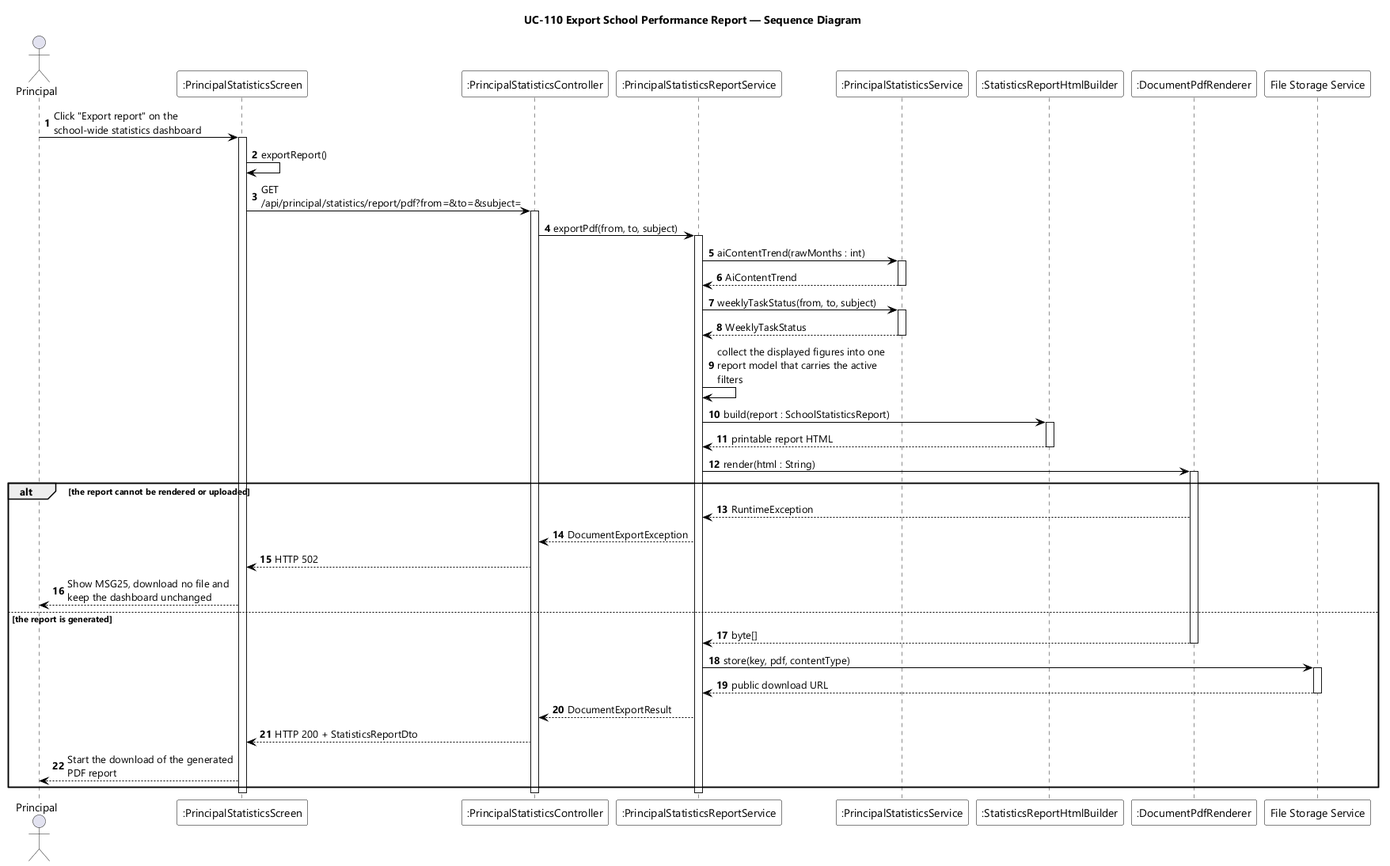
Earlier version of the PlantUML export designs/sds-diagrams/uc110/uc110-sequence-diagram.png (EduA-system/EduA-system). The source it was exported from:
```plantuml
@startuml UC-110 Export School Performance Report - Sequence Diagram
skinparamlocked dpi 96
skinparam defaultFontName "Segoe UI"
skinparam shadowing false
skinparam ParticipantBackgroundColor #FFFFFF
skinparam ParticipantBorderColor #000000
skinparam DatabaseBackgroundColor #FFFFFF
skinparam DatabaseBorderColor #000000
skinparam ArrowColor #000000
skinparam sequenceMessageAlign left
skinparam maxMessageSize 220
title UC-110 Export School Performance Report — Sequence Diagram

actor Principal
participant ":PrincipalStatisticsScreen" as UI
participant ":PrincipalStatisticsController" as CTL
participant ":PrincipalStatisticsReportService" as RSVC
participant ":PrincipalStatisticsService" as SVC
participant ":StatisticsReportHtmlBuilder" as HTMLB
participant ":DocumentPdfRenderer" as PDF
participant "File Storage Service" as STORE

autonumber
Principal -> UI : Click "Export report" on the school-wide statistics dashboard
activate UI
UI -> UI : exportReport()
UI -> CTL : GET /api/principal/statistics/report/pdf?from=&to=&subject=
activate CTL
CTL -> RSVC : exportPdf(from, to, subject)
activate RSVC
RSVC -> SVC : aiContentTrend(rawMonths : int)
activate SVC
SVC --> RSVC : AiContentTrend
deactivate SVC
RSVC -> SVC : weeklyTaskStatus(from, to, subject)
activate SVC
SVC --> RSVC : WeeklyTaskStatus
deactivate SVC
RSVC -> RSVC : collect the displayed figures into one report model that carries the active filters
RSVC -> HTMLB : build(report : SchoolStatisticsReport)
activate HTMLB
HTMLB --> RSVC : printable report HTML
deactivate HTMLB
RSVC -> PDF : render(html : String)
activate PDF

alt the report cannot be rendered or uploaded
  PDF --> RSVC : RuntimeException
  RSVC --> CTL : DocumentExportException
  CTL --> UI : HTTP 502
  UI --> Principal : Show MSG25, download no file and keep the dashboard unchanged
else the report is generated
  PDF --> RSVC : byte[]
  deactivate PDF
  RSVC -> STORE : store(key, pdf, contentType)
  activate STORE
  STORE --> RSVC : public download URL
  deactivate STORE
  RSVC --> CTL : DocumentExportResult
  CTL --> UI : HTTP 200 + StatisticsReportDto
  UI --> Principal : Start the download of the generated PDF report
end
deactivate RSVC
deactivate CTL
deactivate UI
@enduml
```
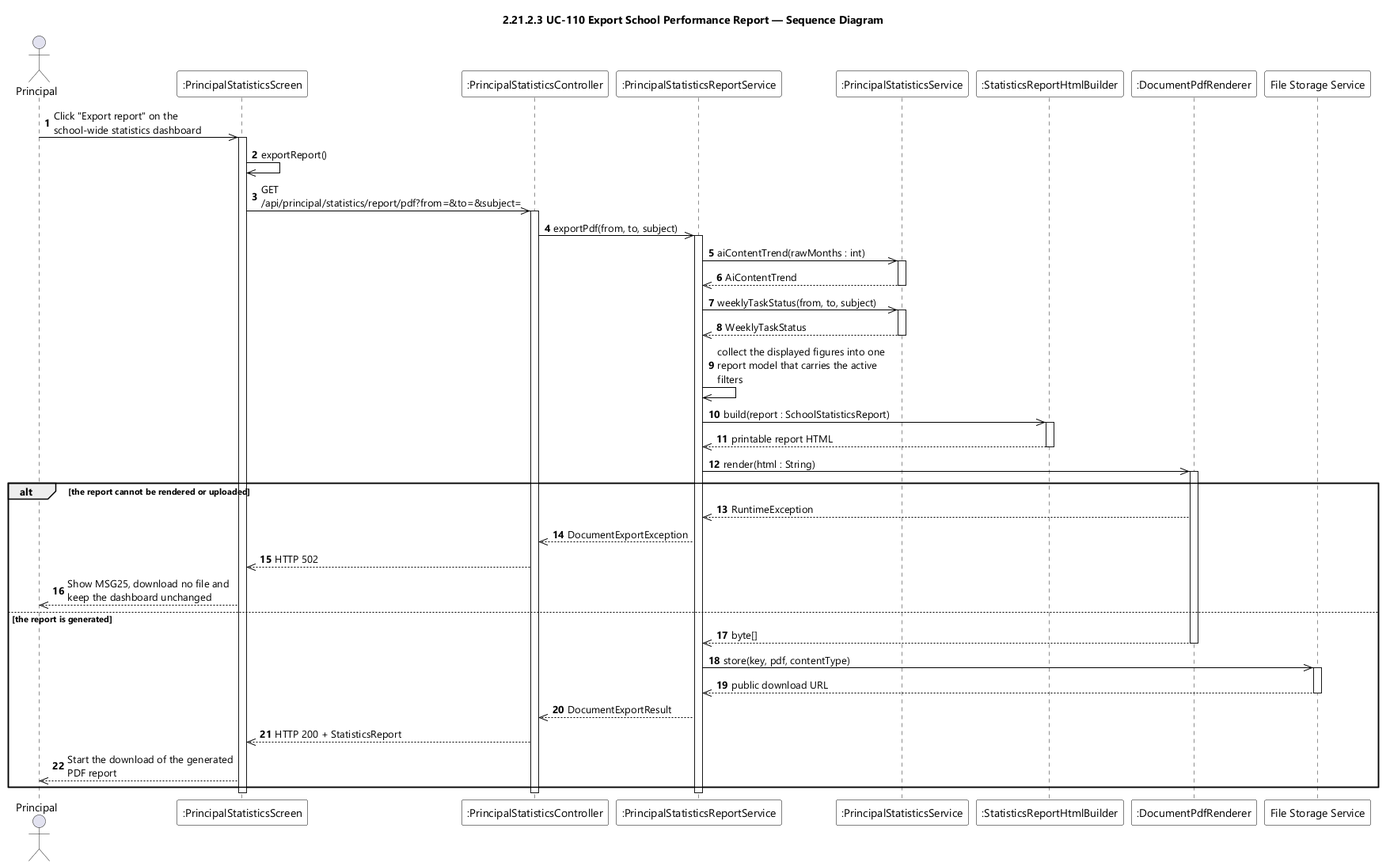
Later version of the same file.

Diff of the diagram source:
```diff
@@ -9,7 +9,7 @@
 skinparam ArrowColor #000000
 skinparam sequenceMessageAlign left
 skinparam maxMessageSize 220
-title UC-110 Export School Performance Report — Sequence Diagram
+title 2.21.2.3 UC-110 Export School Performance Report — Sequence Diagram
 
 actor Principal
 participant ":PrincipalStatisticsScreen" as UI
@@ -21,44 +21,44 @@
 participant "File Storage Service" as STORE
 
 autonumber
-Principal -> UI : Click "Export report" on the school-wide statistics dashboard
+Principal ->> UI : Click "Export report" on the school-wide statistics dashboard
 activate UI
-UI -> UI : exportReport()
-UI -> CTL : GET /api/principal/statistics/report/pdf?from=&to=&subject=
+UI ->> UI : exportReport()
+UI ->> CTL : GET /api/principal/statistics/report/pdf?from=&to=&subject=
 activate CTL
-CTL -> RSVC : exportPdf(from, to, subject)
+CTL ->> RSVC : exportPdf(from, to, subject)
 activate RSVC
-RSVC -> SVC : aiContentTrend(rawMonths : int)
+RSVC ->> SVC : aiContentTrend(rawMonths : int)
 activate SVC
-SVC --> RSVC : AiContentTrend
+SVC -->> RSVC : AiContentTrend
 deactivate SVC
-RSVC -> SVC : weeklyTaskStatus(from, to, subject)
+RSVC ->> SVC : weeklyTaskStatus(from, to, subject)
 activate SVC
-SVC --> RSVC : WeeklyTaskStatus
+SVC -->> RSVC : WeeklyTaskStatus
 deactivate SVC
-RSVC -> RSVC : collect the displayed figures into one report model that carries the active filters
-RSVC -> HTMLB : build(report : SchoolStatisticsReport)
+RSVC ->> RSVC : collect the displayed figures into one report model that carries the active filters
+RSVC ->> HTMLB : build(report : SchoolStatisticsReport)
 activate HTMLB
-HTMLB --> RSVC : printable report HTML
+HTMLB -->> RSVC : printable report HTML
 deactivate HTMLB
-RSVC -> PDF : render(html : String)
+RSVC ->> PDF : render(html : String)
 activate PDF
 
 alt the report cannot be rendered or uploaded
-  PDF --> RSVC : RuntimeException
-  RSVC --> CTL : DocumentExportException
-  CTL --> UI : HTTP 502
-  UI --> Principal : Show MSG25, download no file and keep the dashboard unchanged
+  PDF -->> RSVC : RuntimeException
+  RSVC -->> CTL : DocumentExportException
+  CTL -->> UI : HTTP 502
+  UI -->> Principal : Show MSG25, download no file and keep the dashboard unchanged
 else the report is generated
-  PDF --> RSVC : byte[]
+  PDF -->> RSVC : byte[]
   deactivate PDF
-  RSVC -> STORE : store(key, pdf, contentType)
+  RSVC ->> STORE : store(key, pdf, contentType)
   activate STORE
-  STORE --> RSVC : public download URL
+  STORE -->> RSVC : public download URL
   deactivate STORE
-  RSVC --> CTL : DocumentExportResult
-  CTL --> UI : HTTP 200 + StatisticsReportDto
-  UI --> Principal : Start the download of the generated PDF report
+  RSVC -->> CTL : DocumentExportResult
+  CTL -->> UI : HTTP 200 + StatisticsReport
+  UI -->> Principal : Start the download of the generated PDF report
 end
 deactivate RSVC
 deactivate CTL
```
